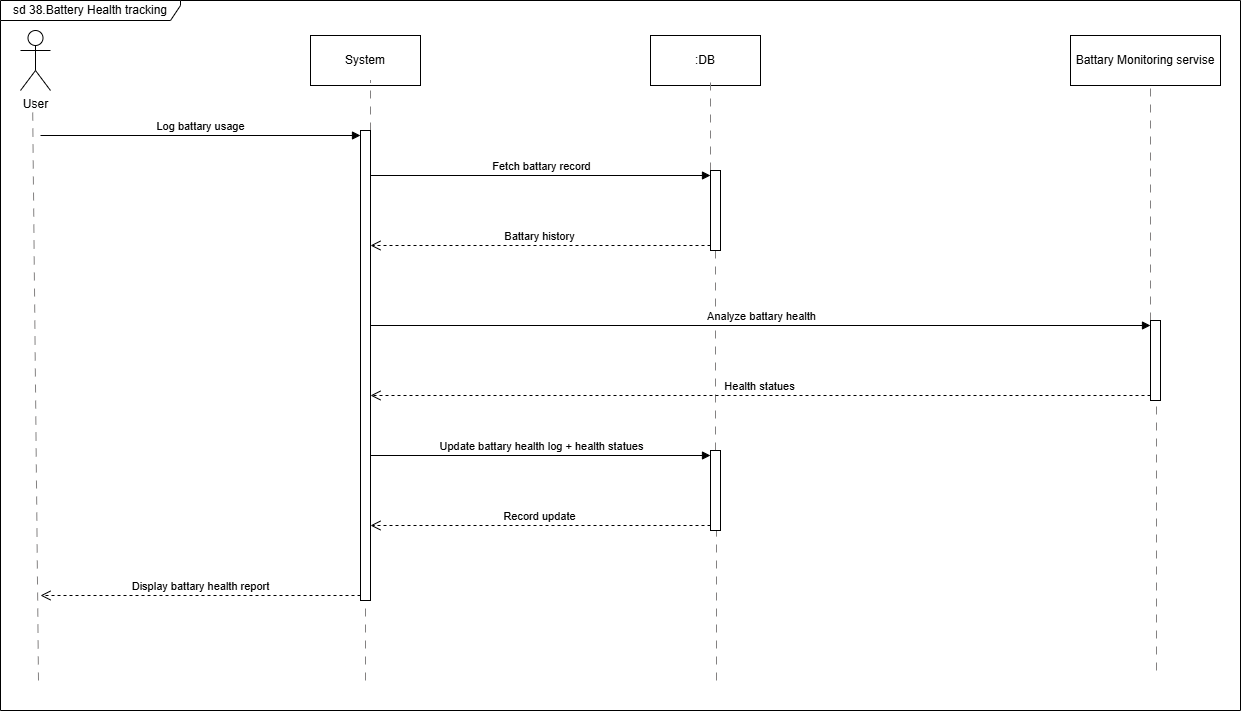
The draw.io diagram SE Project/Sequence Diagrams/seq(38).drawio.png in M7moudAbdallah01/P2P-Specialized-Tool-Library-SE1-, before a commit. Source tidied: cells renumbered, new cells last; positions are measured from the earlier drawing's top-left corner, leaving out a move shared by most shapes.
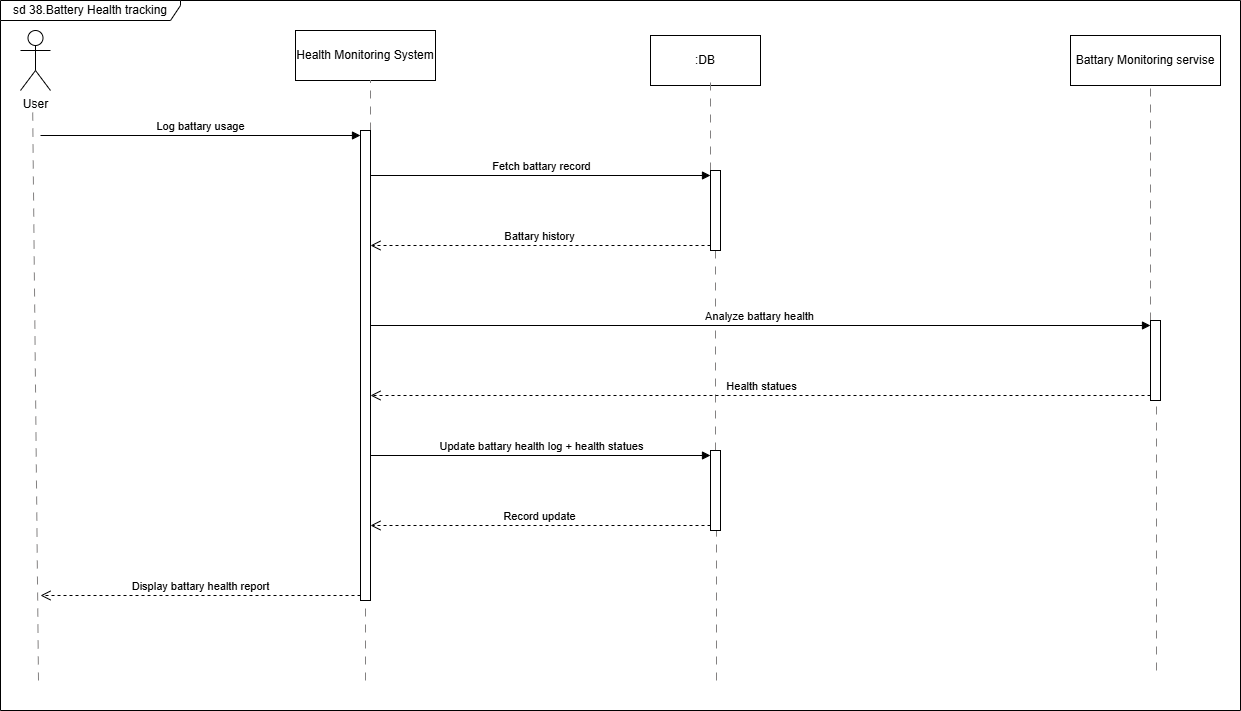
The same file after the commit.

What changed in the source:
```diff
@@ -11,8 +11,8 @@
         <mxPoint x="32.1" y="100" as="targetPoint" />
       </mxGeometry>
     </mxCell>
-    <mxCell id="4" value="System" style="html=1;whiteSpace=wrap;" parent="1" vertex="1">
-      <mxGeometry x="310" y="35" width="110" height="50" as="geometry" />
+    <mxCell id="4" value="Health Monitoring System" style="html=1;whiteSpace=wrap;" parent="1" vertex="1">
+      <mxGeometry x="295" y="30" width="140" height="50" as="geometry" />
     </mxCell>
     <mxCell id="5" value=":DB" style="html=1;whiteSpace=wrap;" parent="1" vertex="1">
       <mxGeometry x="650" y="35" width="110" height="50" as="geometry" />
```
